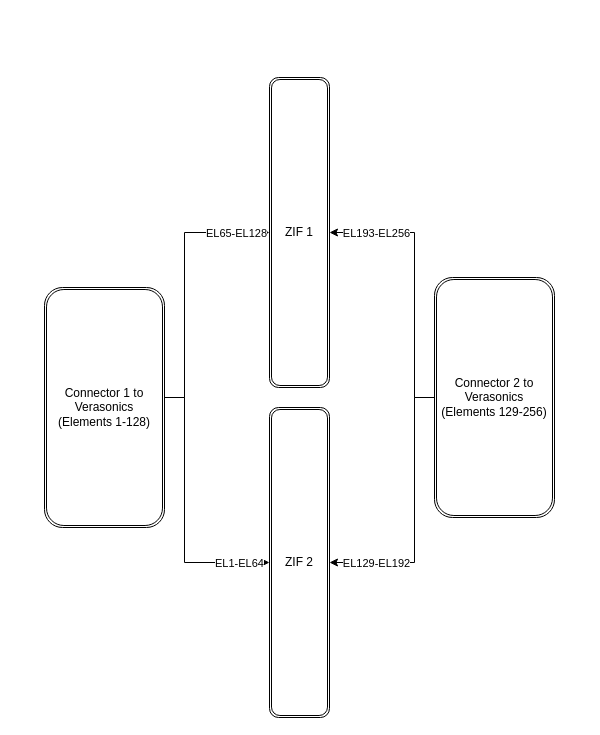
Above: page "OriginalConnectorBoard" (1 of 2) of ConnectorBoardWithSwitching.drawio in sasakamoo/drawio (draw.io), before the change. Source tidied: cells renumbered, new cells numbered last; positions are measured from the earlier drawing's top-left corner, leaving out a move shared by most shapes. Both pictures are drawn from the tidied source at 100%, with x=0, y=0 at pixel (44, 77).
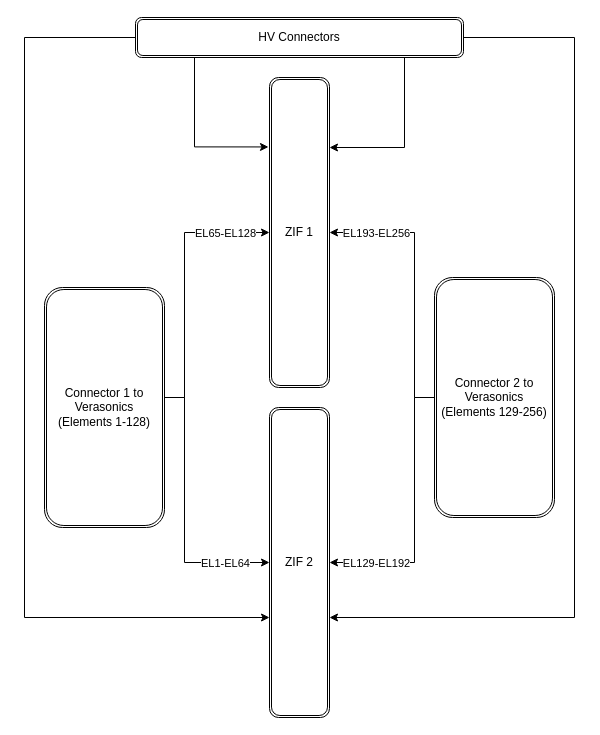
The same diagram, later.

Unchanged cells that the change refers to:
```xml
<mxCell id="2" style="edgeStyle=orthogonalEdgeStyle;rounded=0;jettySize=auto;html=1;" parent="1" edge="1" source="6" target="12">
  <mxGeometry relative="1" as="geometry">
    <Array as="points">
      <mxPoint x="140" y="320" />
      <mxPoint x="140" y="155" />
    </Array>
  </mxGeometry>
</mxCell>
<mxCell id="4" style="edgeStyle=orthogonalEdgeStyle;rounded=0;jettySize=auto;html=1;" parent="1" edge="1" source="6" target="13">
  <mxGeometry relative="1" as="geometry">
    <Array as="points">
      <mxPoint x="140" y="320" />
      <mxPoint x="140" y="485" />
    </Array>
  </mxGeometry>
</mxCell>
<mxCell id="12" value="ZIF 1" style="shape=ext;double=1;rounded=1;whiteSpace=wrap;html=1;" parent="1" vertex="1">
  <mxGeometry x="225" width="60" height="310" as="geometry" />
</mxCell>
<mxCell id="13" value="ZIF 2" style="shape=ext;double=1;rounded=1;whiteSpace=wrap;html=1;" parent="1" vertex="1">
  <mxGeometry x="225" y="330" width="60" height="310" as="geometry" />
</mxCell>
```

What changed in the source:
```diff
@@
     <mxCell id="3" value="EL65-EL128" style="edgeLabel;html=1;align=center;verticalAlign=middle;" parent="2" vertex="1">
       <mxGeometry x="0.66" y="-5" relative="1" as="geometry">
-        <mxPoint x="12" y="-5" as="offset" />
+        <mxPoint x="1" y="-5" as="offset" />
       </mxGeometry>
     </mxCell>
@@
     <mxCell id="5" value="EL1-EL64" style="edgeLabel;html=1;align=center;verticalAlign=middle;" parent="4" vertex="1">
       <mxGeometry x="0.72" relative="1" as="geometry">
-        <mxPoint x="7" as="offset" />
+        <mxPoint x="-7" as="offset" />
       </mxGeometry>
     </mxCell>
@@
+    <mxCell id="14" style="edgeStyle=orthogonalEdgeStyle;rounded=0;jettySize=auto;html=1;entryX=-0.017;entryY=0.224;entryDx=0;entryDy=0;entryPerimeter=0;" parent="1" edge="1" source="18" target="12">
+      <mxGeometry relative="1" as="geometry">
+        <Array as="points">
+          <mxPoint x="150" y="69" />
+        </Array>
+      </mxGeometry>
+    </mxCell>
+    <mxCell id="15" style="edgeStyle=orthogonalEdgeStyle;rounded=0;jettySize=auto;html=1;" parent="1" edge="1" source="18" target="12">
+      <mxGeometry relative="1" as="geometry">
+        <Array as="points">
+          <mxPoint x="360" y="70" />
+        </Array>
+      </mxGeometry>
+    </mxCell>
+    <mxCell id="16" style="edgeStyle=orthogonalEdgeStyle;rounded=0;jettySize=auto;html=1;" parent="1" edge="1" source="18" target="13">
+      <mxGeometry relative="1" as="geometry">
+        <Array as="points">
+          <mxPoint x="-20" y="-40" />
+          <mxPoint x="-20" y="540" />
+        </Array>
+      </mxGeometry>
+    </mxCell>
+    <mxCell id="17" style="edgeStyle=orthogonalEdgeStyle;rounded=0;jettySize=auto;html=1;" parent="1" edge="1" source="18" target="13">
+      <mxGeometry relative="1" as="geometry">
+        <Array as="points">
+          <mxPoint x="530" y="-40" />
+          <mxPoint x="530" y="540" />
+        </Array>
+      </mxGeometry>
+    </mxCell>
+    <mxCell id="18" value="HV Connectors" style="shape=ext;double=1;rounded=1;whiteSpace=wrap;html=1;" parent="1" vertex="1">
+      <mxGeometry x="91" y="-60" width="328" height="40" as="geometry" />
+    </mxCell>
```
